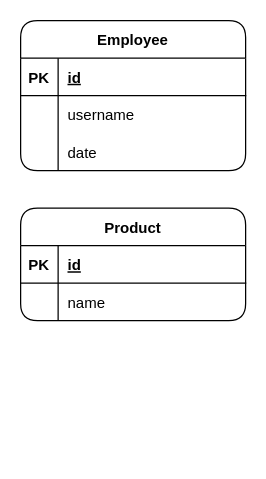
Earlier version of the draw.io diagram MER.drawio (EZanelaA/PAME22.2-Entrega5). Source tidied: cells renumbered, new cells numbered last; positions are measured from the earlier drawing's top-left corner, leaving out a move shared by most shapes. Both pictures are drawn from the tidied source at 125%, with x=0, y=0 at pixel (20, 20).
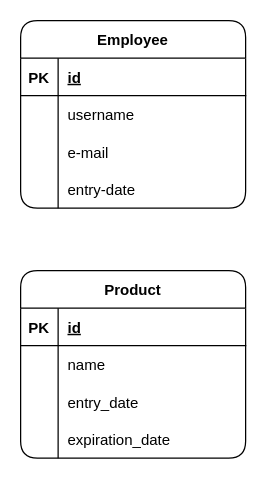
The same diagram, later.

Unchanged cells that the change refers to:
```xml
<mxCell id="9" style="shape=tableRow;horizontal=0;startSize=0;swimlaneHead=0;swimlaneBody=0;fillColor=none;top=0;left=0;right=0;bottom=0;" parent="2" vertex="1">
  <mxGeometry y="90" width="180" height="30" as="geometry" />
</mxCell>
```

What changed in the source:
```diff
@@
     <mxCell id="2" value="Employee" style="shape=table;startSize=30;childLayout=tableLayout;rowLines=0;fontStyle=1;align=center;perimeterSpacing=0;strokeWidth=1;rounded=1;swimlaneFillColor=default;fillStyle=auto;" parent="1" vertex="1">
-      <mxGeometry width="180" height="120" as="geometry" />
+      <mxGeometry width="180" height="150" as="geometry" />
     </mxCell>
@@
-    <mxCell id="11" value="date" style="shape=partialRectangle;fillColor=none;top=0;left=0;bottom=0;right=0;align=left;spacingLeft=6;overflow=hidden;" parent="9" vertex="1">
+    <mxCell id="11" value="e-mail" style="shape=partialRectangle;fillColor=none;top=0;left=0;bottom=0;right=0;align=left;spacingLeft=6;overflow=hidden;" parent="9" vertex="1">
       <mxGeometry x="30" width="150" height="30" as="geometry" />
     </mxCell>
+    <mxCell id="19" style="shape=tableRow;horizontal=0;startSize=0;swimlaneHead=0;swimlaneBody=0;fillColor=none;top=0;left=0;right=0;bottom=0;" parent="2" vertex="1">
+      <mxGeometry y="120" width="180" height="30" as="geometry" />
+    </mxCell>
+    <mxCell id="20" style="shape=partialRectangle;fillColor=none;top=0;left=0;bottom=0;right=0;overflow=hidden;" parent="19" vertex="1">
+      <mxGeometry width="30" height="30" as="geometry" />
+    </mxCell>
+    <mxCell id="21" value="entry-date" style="shape=partialRectangle;fillColor=none;top=0;left=0;bottom=0;right=0;align=left;spacingLeft=6;overflow=hidden;" parent="19" vertex="1">
+      <mxGeometry x="30" width="150" height="30" as="geometry" />
+    </mxCell>
     <mxCell id="12" value="Product" style="shape=table;startSize=30;childLayout=tableLayout;rowLines=0;fontStyle=1;align=center;rounded=1;shadow=0;gradientColor=none;swimlaneFillColor=default;" parent="1" vertex="1">
-      <mxGeometry y="150" width="180" height="90" as="geometry" />
+      <mxGeometry y="200" width="180" height="150" as="geometry" />
     </mxCell>
@@
+    <mxCell id="22" style="shape=tableRow;horizontal=0;startSize=0;swimlaneHead=0;swimlaneBody=0;fillColor=none;top=0;left=0;right=0;bottom=0;" parent="12" vertex="1">
+      <mxGeometry y="90" width="180" height="30" as="geometry" />
+    </mxCell>
+    <mxCell id="23" style="shape=partialRectangle;fillColor=none;top=0;left=0;bottom=0;right=0;overflow=hidden;" parent="22" vertex="1">
+      <mxGeometry width="30" height="30" as="geometry" />
+    </mxCell>
+    <mxCell id="24" value="entry_date" style="shape=partialRectangle;fillColor=none;top=0;left=0;bottom=0;right=0;align=left;spacingLeft=6;overflow=hidden;" parent="22" vertex="1">
+      <mxGeometry x="30" width="150" height="30" as="geometry" />
+    </mxCell>
+    <mxCell id="25" style="shape=tableRow;horizontal=0;startSize=0;swimlaneHead=0;swimlaneBody=0;fillColor=none;top=0;left=0;right=0;bottom=0;" parent="12" vertex="1">
+      <mxGeometry y="120" width="180" height="30" as="geometry" />
+    </mxCell>
+    <mxCell id="26" style="shape=partialRectangle;fillColor=none;top=0;left=0;bottom=0;right=0;overflow=hidden;" parent="25" vertex="1">
+      <mxGeometry width="30" height="30" as="geometry" />
+    </mxCell>
+    <mxCell id="27" value="expiration_date" style="shape=partialRectangle;fillColor=none;top=0;left=0;bottom=0;right=0;align=left;spacingLeft=6;overflow=hidden;" parent="25" vertex="1">
+      <mxGeometry x="30" width="150" height="30" as="geometry" />
+    </mxCell>
```
